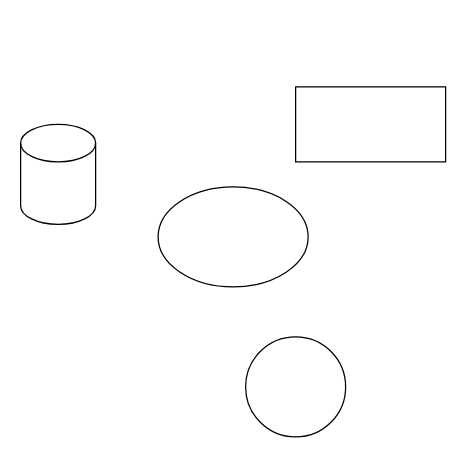
Before: Untitled Diagram.drawio in morgsdaly/random-stuff, a draw.io diagram. Source tidied: cells renumbered, new cells numbered last; positions are measured from the earlier drawing's top-left corner, leaving out a move shared by most shapes. Both pictures are drawn from the tidied source at 125%, with x=0, y=0 at pixel (20, 86).
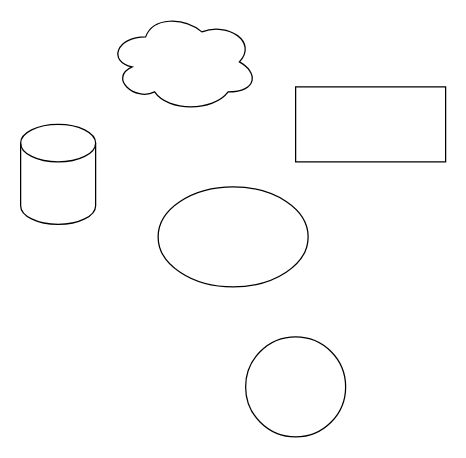
After the change.

Change to the diagram source:
```diff
@@
 <mxGraphModel>
   <root>
     <mxCell id="0" />
     <mxCell id="1" parent="0" />
     <mxCell id="2" style="rounded=0;whiteSpace=wrap;html=1;" parent="1" vertex="1">
       <mxGeometry x="220" width="120" height="60" as="geometry" />
     </mxCell>
     <mxCell id="3" style="ellipse;whiteSpace=wrap;html=1;" parent="1" vertex="1">
       <mxGeometry x="180" y="200" width="80" height="80" as="geometry" />
     </mxCell>
     <mxCell id="4" style="shape=cylinder3;whiteSpace=wrap;html=1;boundedLbl=1;backgroundOutline=1;size=15;" parent="1" vertex="1">
       <mxGeometry y="30" width="60" height="80" as="geometry" />
     </mxCell>
     <mxCell id="5" style="ellipse;whiteSpace=wrap;html=1;" parent="1" vertex="1">
       <mxGeometry x="110" y="80" width="120" height="80" as="geometry" />
     </mxCell>
+    <mxCell id="6" style="ellipse;shape=cloud;whiteSpace=wrap;html=1;" parent="1" vertex="1">
+      <mxGeometry x="70" y="-60" width="120" height="80" as="geometry" />
+    </mxCell>
   </root>
 </mxGraphModel>
```
